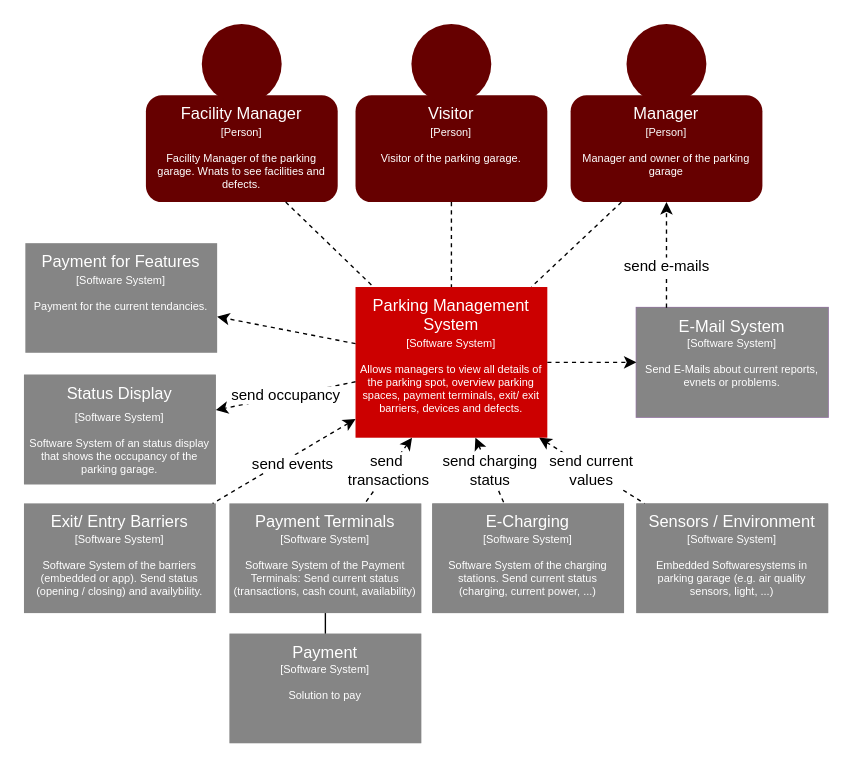
This is page "System Kontext" (2 of 9) of docu/parking_management.drawio from msi-cad-vw/.github, a draw.io file, before an edit. Source tidied: cells renumbered, new cells numbered last; positions are measured from the earlier drawing's top-left corner, leaving out a move shared by most shapes. Both pictures are drawn from the tidied source at 137%, with x=0, y=0 at pixel (23, 23).
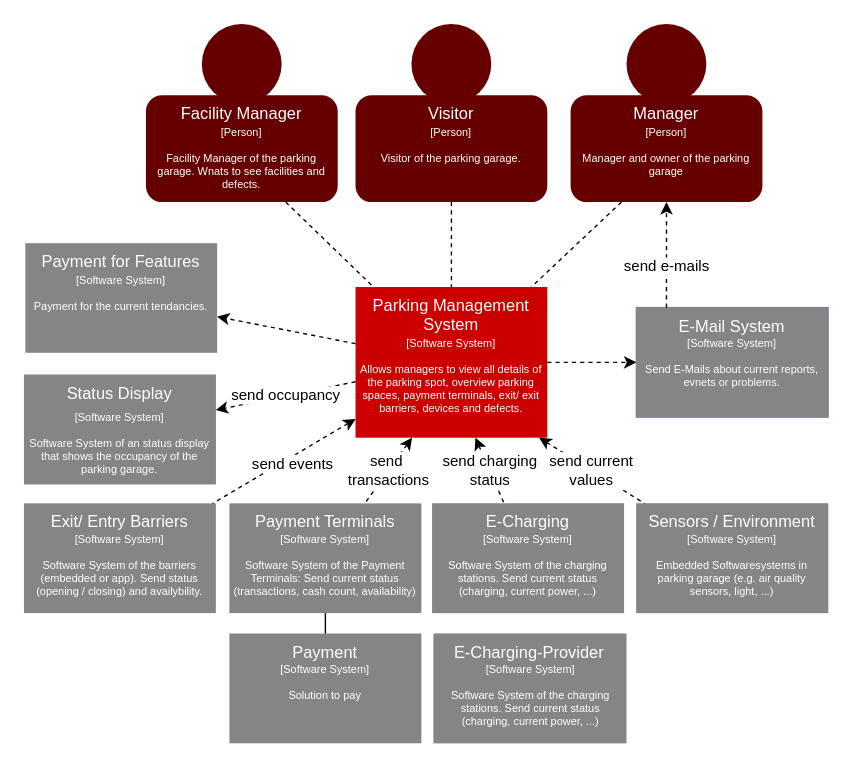
The same diagram, later.

The edit, as a diff of the source:
```diff
@@
+    <mxCell id="58" style="group;fillColor=#858585;" parent="1" vertex="1">
+      <mxGeometry x="299" y="445" width="140.8" height="80" as="geometry" />
+    </mxCell>
+    <mxCell id="59" value="E-Charging-Provider" style="rounded=0;html=1;strokeColor=none;fillColor=#858585;fontColor=#FFFFFF;whiteSpace=wrap;verticalAlign=top;" parent="58" vertex="1">
+      <mxGeometry width="140" height="80" as="geometry" />
+    </mxCell>
+    <mxCell id="60" value="&lt;span style=&quot;font-family: Helvetica; font-size: 8px; font-style: normal; font-variant-ligatures: normal; font-variant-caps: normal; font-weight: 400; letter-spacing: normal; orphans: 2; text-align: center; text-indent: 0px; text-transform: none; widows: 2; word-spacing: 0px; -webkit-text-stroke-width: 0px; text-decoration-thickness: initial; text-decoration-style: initial; text-decoration-color: initial; float: none; display: inline !important;&quot;&gt;[Software System]&lt;br&gt;&lt;br&gt;Software System of the charging stations. Send current status (charging, current power, ...)&lt;br&gt;&lt;/span&gt;" style="text;html=1;strokeColor=none;fillColor=none;align=center;verticalAlign=top;whiteSpace=wrap;rounded=0;fontSize=8;fontColor=#FFFFFF;labelBackgroundColor=none;" parent="58" vertex="1">
+      <mxGeometry x="0.8" y="14.5" width="140" height="65.5" as="geometry" />
+    </mxCell>
```
